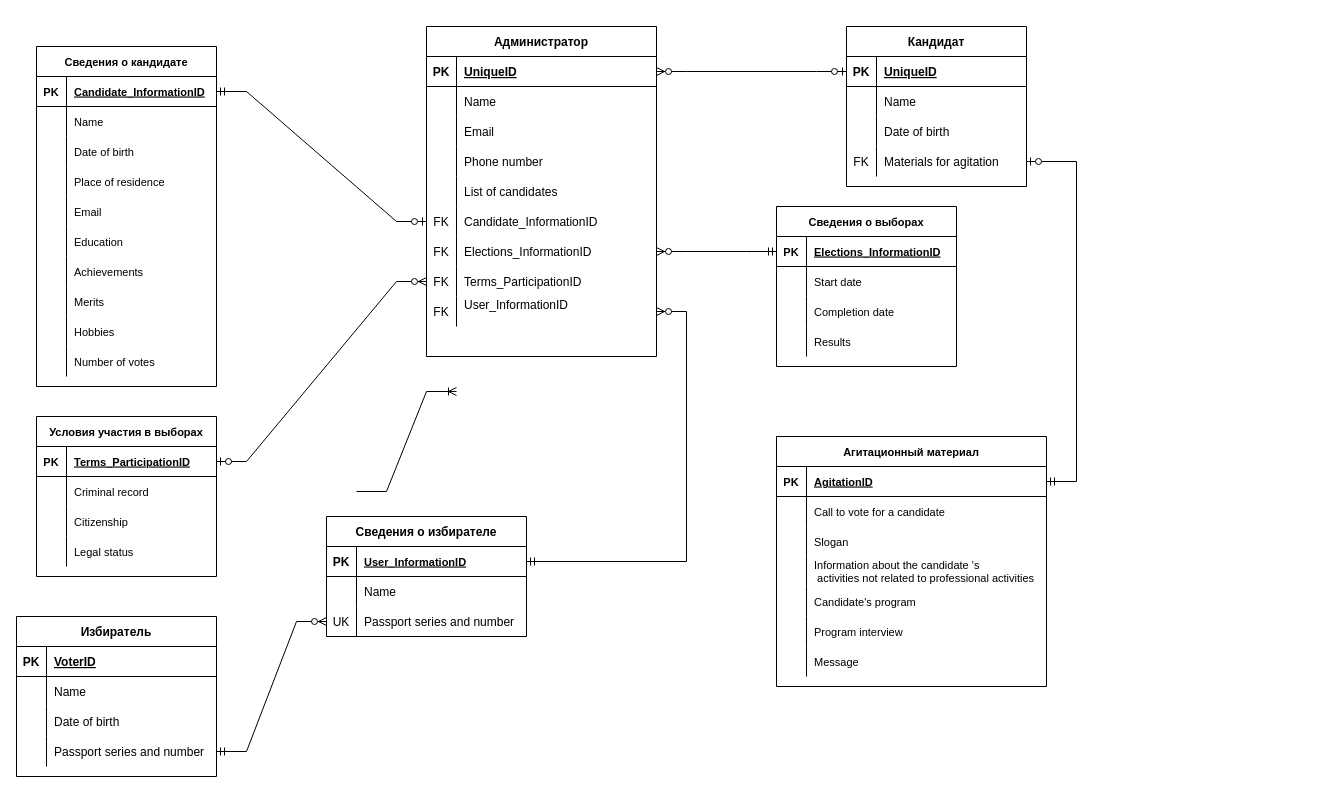
aleksey899/Inter.MixAN keeps this draw.io diagram as ER Diagram.drawio. Above is the earlier version. Source tidied: cells renumbered, new cells numbered last; positions are measured from the earlier drawing's top-left corner, leaving out a move shared by most shapes. Both pictures are drawn from the tidied source at 100%, with x=0, y=0 at pixel (16, 26).
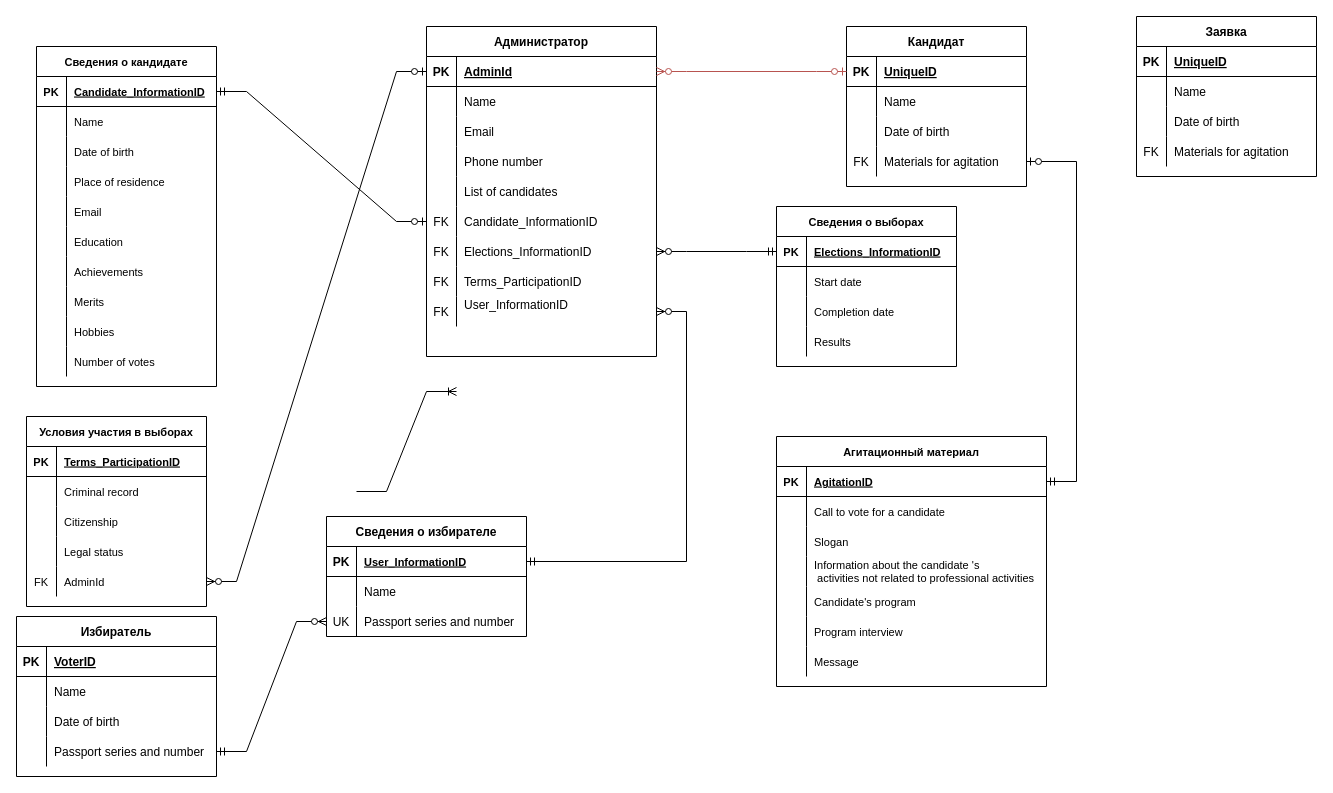
After the change.

The change refers to these unchanged cells:
```xml
<mxCell id="44" style="shape=partialRectangle;fillColor=none;top=0;left=0;bottom=1;right=0;points=[[0,0.5],[1,0.5]];portConstraint=eastwest;shadow=0;sketch=0;fontSize=11;strokeWidth=1;" parent="43" vertex="1">
  <mxGeometry y="30" width="180" height="30" as="geometry" />
</mxCell>
<mxCell id="92" style="shape=partialRectangle;fillColor=none;top=0;left=0;bottom=1;right=0;points=[[0,0.5],[1,0.5]];portConstraint=eastwest;" parent="91" vertex="1">
  <mxGeometry y="30" width="180" height="30" as="geometry" />
</mxCell>
<mxCell id="118" style="shape=partialRectangle;fillColor=none;top=0;left=0;bottom=1;right=0;points=[[0,0.5],[1,0.5]];portConstraint=eastwest;" parent="117" vertex="1">
  <mxGeometry y="30" width="230" height="30" as="geometry" />
</mxCell>
<mxCell id="139" style="shape=partialRectangle;fillColor=none;top=0;left=0;bottom=0;right=0;points=[[0,0.5],[1,0.5]];portConstraint=eastwest;" parent="117" vertex="1">
  <mxGeometry y="240" width="230" height="30" as="geometry" />
</mxCell>
```

Diff of the diagram source:
```diff
@@
     <mxCell id="43" value="Условия участия в выборах" style="shape=table;startSize=30;childLayout=tableLayout;rowLines=0;fontStyle=1;align=center;shadow=0;sketch=0;fontSize=11;strokeWidth=1;" parent="1" vertex="1">
-      <mxGeometry x="20" y="390" width="180" height="160" as="geometry" />
+      <mxGeometry x="10" y="390" width="180" height="190" as="geometry" />
     </mxCell>
@@
+    <mxCell id="154" style="shape=partialRectangle;fillColor=none;top=0;left=0;bottom=0;right=0;points=[[0,0.5],[1,0.5]];portConstraint=eastwest;shadow=0;sketch=0;fontSize=11;strokeWidth=1;" parent="43" vertex="1">
+      <mxGeometry y="150" width="180" height="30" as="geometry" />
+    </mxCell>
+    <mxCell id="155" value="FK" style="shape=partialRectangle;fillColor=none;top=0;left=0;bottom=0;right=0;overflow=hidden;shadow=0;sketch=0;fontSize=11;strokeWidth=1;" parent="154" vertex="1">
+      <mxGeometry width="30" height="30" as="geometry" />
+    </mxCell>
+    <mxCell id="156" value="AdminId" style="shape=partialRectangle;fillColor=none;top=0;left=0;bottom=0;right=0;align=left;spacingLeft=6;overflow=hidden;shadow=0;sketch=0;fontSize=11;strokeWidth=1;" parent="154" vertex="1">
+      <mxGeometry x="30" width="150" height="30" as="geometry" />
+    </mxCell>
@@
-    <mxCell id="120" value="UniqueID" style="shape=partialRectangle;fillColor=none;top=0;left=0;bottom=0;right=0;align=left;spacingLeft=6;fontStyle=5;overflow=hidden;" parent="118" vertex="1">
+    <mxCell id="120" value="AdminId" style="shape=partialRectangle;fillColor=none;top=0;left=0;bottom=0;right=0;align=left;spacingLeft=6;fontStyle=5;overflow=hidden;" parent="118" vertex="1">
       <mxGeometry x="30" width="200" height="30" as="geometry" />
     </mxCell>
@@
-    <mxCell id="149" style="edgeStyle=entityRelationEdgeStyle;fontSize=12;html=1;endArrow=ERzeroToMany;startArrow=ERzeroToOne;rounded=0;" parent="1" edge="1" source="92" target="118">
+    <mxCell id="149" style="edgeStyle=entityRelationEdgeStyle;fontSize=12;html=1;endArrow=ERzeroToMany;startArrow=ERzeroToOne;rounded=0;fillColor=#f8cecc;strokeColor=#b85450;" parent="1" edge="1" source="92" target="118">
       <mxGeometry relative="1" as="geometry" />
     </mxCell>
@@
-    <mxCell id="151" style="edgeStyle=entityRelationEdgeStyle;fontSize=12;html=1;endArrow=ERzeroToMany;startArrow=ERzeroToOne;rounded=0;" parent="1" edge="1" source="44" target="139">
-      <mxGeometry relative="1" as="geometry" />
-    </mxCell>
@@
+    <mxCell id="151" style="edgeStyle=entityRelationEdgeStyle;fontSize=12;html=1;endArrow=ERzeroToMany;startArrow=ERzeroToOne;rounded=0;exitX=0;exitY=0.5;exitDx=0;exitDy=0;entryX=1;entryY=0.5;entryDx=0;entryDy=0;" parent="1" edge="1" source="118" target="154">
+      <mxGeometry relative="1" as="geometry" />
+    </mxCell>
+    <mxCell id="157" value="Заявка" style="shape=table;startSize=30;childLayout=tableLayout;rowLines=0;fontStyle=1;align=center;" parent="1" vertex="1">
+      <mxGeometry x="1120" y="-10" width="180" height="160" as="geometry" />
+    </mxCell>
+    <mxCell id="158" style="shape=partialRectangle;fillColor=none;top=0;left=0;bottom=1;right=0;" parent="157" vertex="1">
+      <mxGeometry y="30" width="180" height="30" as="geometry" />
+    </mxCell>
+    <mxCell id="159" value="PK" style="shape=partialRectangle;fillColor=none;top=0;left=0;bottom=0;right=0;fontStyle=1;overflow=hidden;" parent="158" vertex="1">
+      <mxGeometry width="30" height="30" as="geometry" />
+    </mxCell>
+    <mxCell id="160" value="UniqueID" style="shape=partialRectangle;fillColor=none;top=0;left=0;bottom=0;right=0;align=left;spacingLeft=6;fontStyle=5;overflow=hidden;" parent="158" vertex="1">
+      <mxGeometry x="30" width="150" height="30" as="geometry" />
+    </mxCell>
+    <mxCell id="161" style="shape=partialRectangle;fillColor=none;top=0;left=0;bottom=0;right=0;" parent="157" vertex="1">
+      <mxGeometry y="60" width="180" height="30" as="geometry" />
+    </mxCell>
+    <mxCell id="162" style="shape=partialRectangle;fillColor=none;top=0;left=0;bottom=0;right=0;overflow=hidden;" parent="161" vertex="1">
+      <mxGeometry width="30" height="30" as="geometry" />
+    </mxCell>
+    <mxCell id="163" value="Name" style="shape=partialRectangle;fillColor=none;top=0;left=0;bottom=0;right=0;align=left;spacingLeft=6;overflow=hidden;" parent="161" vertex="1">
+      <mxGeometry x="30" width="150" height="30" as="geometry" />
+    </mxCell>
+    <mxCell id="164" style="shape=partialRectangle;fillColor=none;top=0;left=0;bottom=0;right=0;" parent="157" vertex="1">
+      <mxGeometry y="90" width="180" height="30" as="geometry" />
+    </mxCell>
+    <mxCell id="165" style="shape=partialRectangle;fillColor=none;top=0;left=0;bottom=0;right=0;overflow=hidden;" parent="164" vertex="1">
+      <mxGeometry width="30" height="30" as="geometry" />
+    </mxCell>
+    <mxCell id="166" value="Date of birth" style="shape=partialRectangle;fillColor=none;top=0;left=0;bottom=0;right=0;align=left;spacingLeft=6;overflow=hidden;" parent="164" vertex="1">
+      <mxGeometry x="30" width="150" height="30" as="geometry" />
+    </mxCell>
+    <mxCell id="167" style="shape=partialRectangle;fillColor=none;top=0;left=0;bottom=0;right=0;" parent="157" vertex="1">
+      <mxGeometry y="120" width="180" height="30" as="geometry" />
+    </mxCell>
+    <mxCell id="168" value="FK" style="shape=partialRectangle;fillColor=none;top=0;left=0;bottom=0;right=0;overflow=hidden;" parent="167" vertex="1">
+      <mxGeometry width="30" height="30" as="geometry" />
+    </mxCell>
+    <mxCell id="169" value="Materials for agitation" style="shape=partialRectangle;fillColor=none;top=0;left=0;bottom=0;right=0;align=left;spacingLeft=6;overflow=hidden;" parent="167" vertex="1">
+      <mxGeometry x="30" width="150" height="30" as="geometry" />
+    </mxCell>
```
